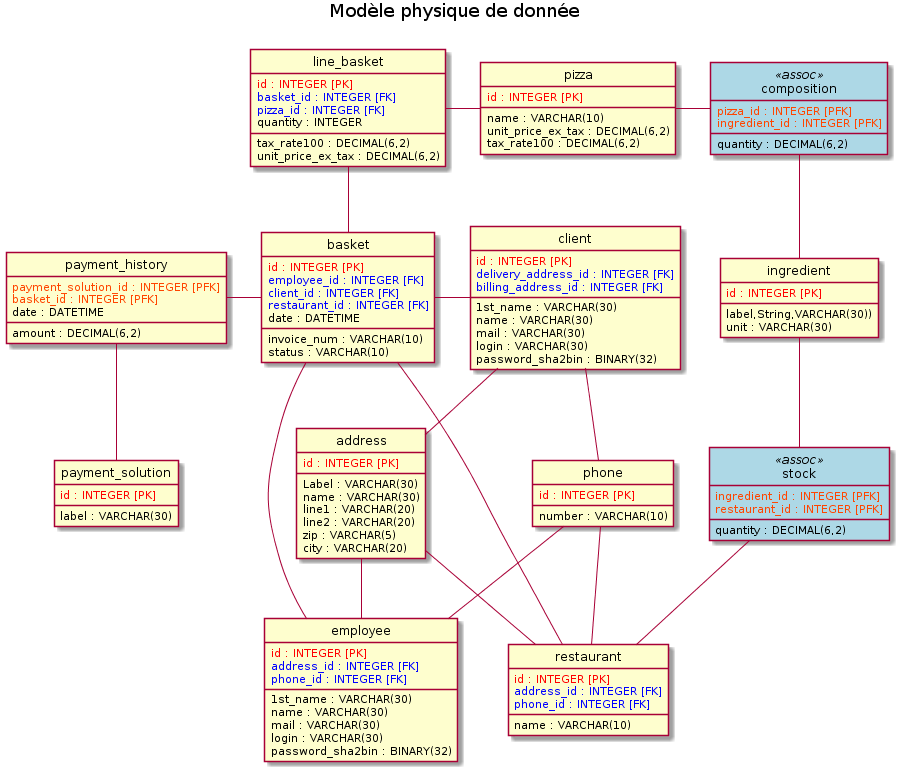
Earlier version of the PlantUML export physical_data_model.png (freezed/ocp6).
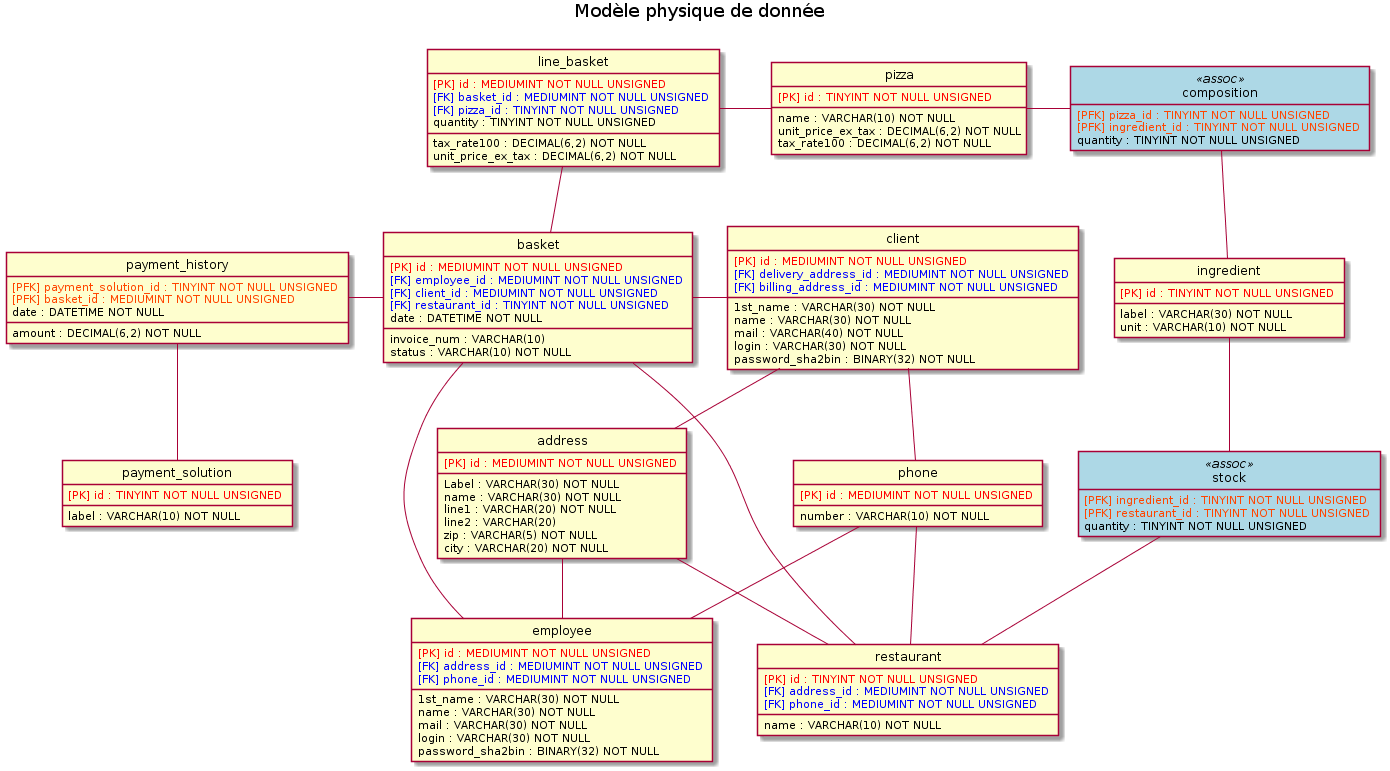
The same diagram one commit later.

Commit message:
Updates diagrams to add more details to attributes

- more relevant data types
- multiplicity and NOT NULL

The edit, as a diff of the source:
```diff
@@ -37,118 +37,118 @@
 phone -- restaurant
 
 class address {
-    <font color="red">id : INTEGER [PK]</font>
+    <font color="red">[PK] id : MEDIUMINT NOT NULL UNSIGNED </font>
 }
 class client {
-    <font color="red">id : INTEGER [PK]</font>
-    <font color="blue">delivery_address_id : INTEGER [FK]</font>
-    <font color="blue">billing_address_id : INTEGER [FK]</font>
+    <font color="red">[PK] id : MEDIUMINT NOT NULL UNSIGNED </font>
+    <font color="blue">[FK] delivery_address_id : MEDIUMINT NOT NULL UNSIGNED </font>
+    <font color="blue">[FK] billing_address_id : MEDIUMINT NOT NULL UNSIGNED </font>
 }
 class composition {
-    <font color="orangered">pizza_id : INTEGER [PFK]</font>
-    <font color="orangered">ingredient_id : INTEGER [PFK]</font>
+    <font color="orangered">[PFK] pizza_id : TINYINT NOT NULL UNSIGNED </font>
+    <font color="orangered">[PFK] ingredient_id : TINYINT NOT NULL UNSIGNED </font>
 }
 class employee {
-    <font color="red">id : INTEGER [PK]</font>
-    <font color="blue">address_id : INTEGER [FK]</font>
-    <font color="blue">phone_id : INTEGER [FK]</font>
+    <font color="red">[PK] id : MEDIUMINT NOT NULL UNSIGNED </font>
+    <font color="blue">[FK] address_id : MEDIUMINT NOT NULL UNSIGNED </font>
+    <font color="blue">[FK] phone_id : MEDIUMINT NOT NULL UNSIGNED </font>
 }
 class ingredient {
-    <font color="red">id : INTEGER [PK]</font>
+    <font color="red">[PK] id : TINYINT NOT NULL UNSIGNED </font>
 }
 class line_basket {
-    <font color="red">id : INTEGER [PK]</font>
-    <font color="blue">basket_id : INTEGER [FK]</font>
-    <font color="blue">pizza_id : INTEGER [FK]</font>
+    <font color="red">[PK] id : MEDIUMINT NOT NULL UNSIGNED </font>
+    <font color="blue">[FK] basket_id : MEDIUMINT NOT NULL UNSIGNED </font>
+    <font color="blue">[FK] pizza_id : TINYINT NOT NULL UNSIGNED </font>
 }
 class basket {
-    <font color="red">id : INTEGER [PK]</font>
-    <font color="blue">employee_id : INTEGER [FK]</font>
-    <font color="blue">client_id : INTEGER [FK]</font>
-    <font color="blue">restaurant_id : INTEGER [FK]</font>
+    <font color="red">[PK] id : MEDIUMINT NOT NULL UNSIGNED </font>
+    <font color="blue">[FK] employee_id : MEDIUMINT NOT NULL UNSIGNED </font>
+    <font color="blue">[FK] client_id : MEDIUMINT NOT NULL UNSIGNED </font>
+    <font color="blue">[FK] restaurant_id : TINYINT NOT NULL UNSIGNED </font>
 }
 class payment_history {
-    <font color="orangered">payment_solution_id : INTEGER [PFK]</font>
-    <font color="orangered">basket_id : INTEGER [PFK]</font>
+    <font color="orangered">[PFK] payment_solution_id : TINYINT NOT NULL UNSIGNED </font>
+    <font color="orangered">[PFK] basket_id : MEDIUMINT NOT NULL UNSIGNED </font>
 }
 class payment_solution {
-    <font color="red">id : INTEGER [PK]</font>
+    <font color="red">[PK] id : TINYINT NOT NULL UNSIGNED </font>
 }
 class phone {
-    <font color="red">id : INTEGER [PK]</font>
+    <font color="red">[PK] id : MEDIUMINT NOT NULL UNSIGNED </font>
 }
 class pizza {
-    <font color="red">id : INTEGER [PK]</font>
+    <font color="red">[PK] id : TINYINT NOT NULL UNSIGNED </font>
 }
 class restaurant {
-    <font color="red">id : INTEGER [PK]</font>
-    <font color="blue">address_id : INTEGER [FK]</font>
-    <font color="blue">phone_id : INTEGER [FK]</font>
+    <font color="red">[PK] id : TINYINT NOT NULL UNSIGNED </font>
+    <font color="blue">[FK] address_id : MEDIUMINT NOT NULL UNSIGNED </font>
+    <font color="blue">[FK] phone_id : MEDIUMINT NOT NULL UNSIGNED </font>
 }
 class stock {
-    <font color="orangered">ingredient_id : INTEGER [PFK]</font>
-    <font color="orangered">restaurant_id : INTEGER [PFK]</font>
+    <font color="orangered">[PFK] ingredient_id : TINYINT NOT NULL UNSIGNED </font>
+    <font color="orangered">[PFK] restaurant_id : TINYINT NOT NULL UNSIGNED </font>
 }
 
 class address {
-    Label : VARCHAR(30)
-    name : VARCHAR(30)
-    line1 : VARCHAR(20)
+    Label : VARCHAR(30) NOT NULL
+    name : VARCHAR(30) NOT NULL
+    line1 : VARCHAR(20) NOT NULL
     line2 : VARCHAR(20)
-    zip : VARCHAR(5)
-    city : VARCHAR(20)
+    zip : VARCHAR(5) NOT NULL
+    city : VARCHAR(20) NOT NULL
 }
 class client {
-    1st_name : VARCHAR(30)
-    name : VARCHAR(30)
-    mail : VARCHAR(30)
-    login : VARCHAR(30)
-    password_sha2bin : BINARY(32)
+    1st_name : VARCHAR(30) NOT NULL
+    name : VARCHAR(30) NOT NULL
+    mail : VARCHAR(40) NOT NULL
+    login : VARCHAR(30) NOT NULL
+    password_sha2bin : BINARY(32) NOT NULL
 }
 class composition {
-    quantity : DECIMAL(6,2)
+    quantity : TINYINT NOT NULL UNSIGNED
 }
 class employee {
-    1st_name : VARCHAR(30)
-    name : VARCHAR(30)
-    mail : VARCHAR(30)
-    login : VARCHAR(30)
-    password_sha2bin : BINARY(32)
+    1st_name : VARCHAR(30) NOT NULL
+    name : VARCHAR(30) NOT NULL
+    mail : VARCHAR(30) NOT NULL
+    login : VARCHAR(30) NOT NULL
+    password_sha2bin : BINARY(32) NOT NULL
 }
 class ingredient {
-    label,String,VARCHAR(30))
-    unit : VARCHAR(30)
+    label : VARCHAR(30) NOT NULL
+    unit : VARCHAR(10) NOT NULL
 }
 class line_basket {
-    quantity : INTEGER
-    tax_rate100 : DECIMAL(6,2)
-    unit_price_ex_tax : DECIMAL(6,2)
+    quantity : TINYINT NOT NULL UNSIGNED
+    tax_rate100 : DECIMAL(6,2) NOT NULL
+    unit_price_ex_tax : DECIMAL(6,2) NOT NULL
 }
 class basket {
     invoice_num : VARCHAR(10)
-    date : DATETIME
-    status : VARCHAR(10)
+    date : DATETIME NOT NULL
+    status : VARCHAR(10) NOT NULL
 }
 class payment_history {
-    amount : DECIMAL(6,2)
-    date : DATETIME
+    amount : DECIMAL(6,2) NOT NULL
+    date : DATETIME NOT NULL
 }
 class payment_solution {
-    label : VARCHAR(30)
+    label : VARCHAR(10) NOT NULL
 }
 class pizza {
-    name : VARCHAR(10)
-    unit_price_ex_tax : DECIMAL(6,2)
-    tax_rate100 : DECIMAL(6,2)
+    name : VARCHAR(10) NOT NULL
+    unit_price_ex_tax : DECIMAL(6,2) NOT NULL
+    tax_rate100 : DECIMAL(6,2) NOT NULL
 }
 class phone {
-    number : VARCHAR(10)
+    number : VARCHAR(10) NOT NULL
 }
 class restaurant {
-    name : VARCHAR(10)
+    name : VARCHAR(10) NOT NULL
 }
 class stock {
-    quantity : DECIMAL(6,2)
+    quantity : TINYINT NOT NULL UNSIGNED
 }
 
 pizza - composition
```
